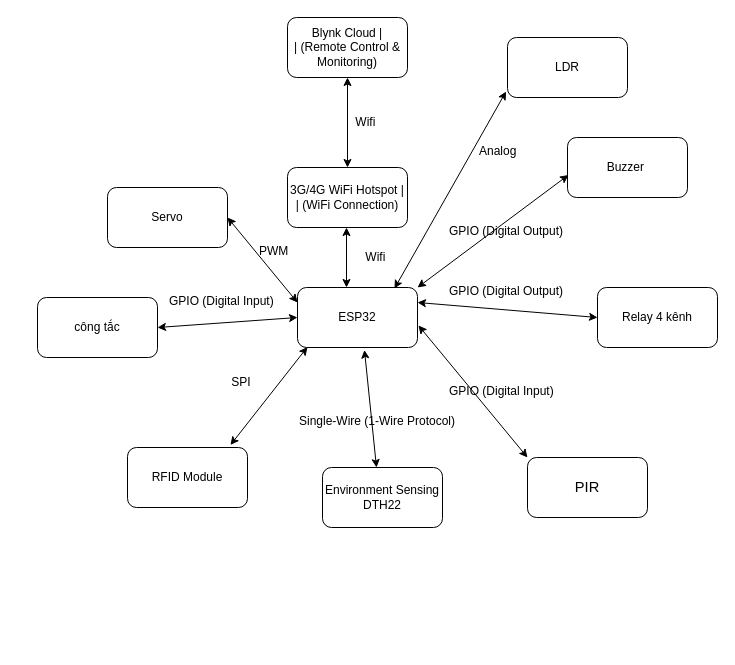
This is sodoKhoi.drawio from quyetcoder16/IOT_PROJECT, a draw.io file, before an edit. Source tidied: cells renumbered, new cells numbered last; positions are measured from the earlier drawing's top-left corner, leaving out a move shared by most shapes. Both pictures are drawn from the tidied source at 100%, with x=0, y=0 at pixel (37, 17).
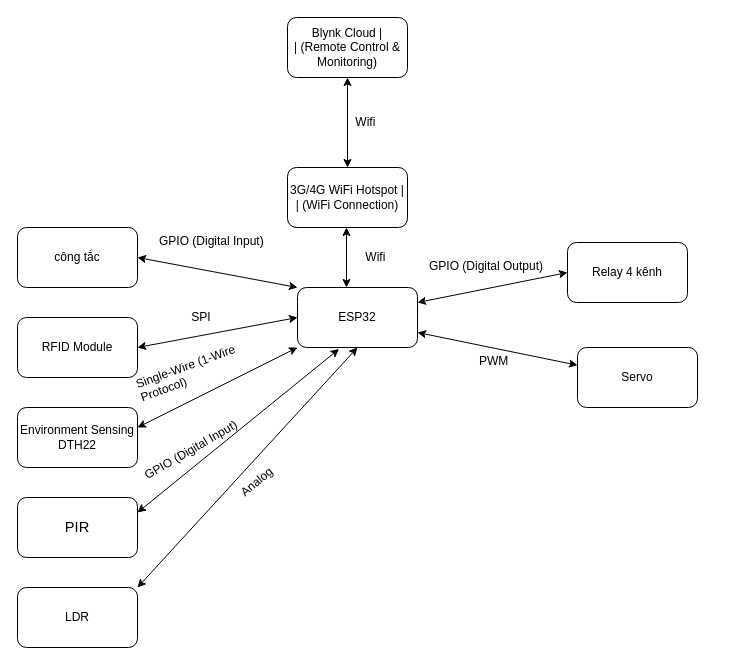
Above is the later version.

The change refers to these unchanged cells:
```xml
<mxCell id="2" value="ESP32" style="rounded=1;whiteSpace=wrap;html=1;" parent="1" vertex="1">
  <mxGeometry x="260" y="270" width="120" height="60" as="geometry" />
</mxCell>
```

What changed in the source:
```diff
@@
     <mxCell id="4" value="&lt;div&gt;RFID Module&lt;/div&gt;" style="rounded=1;whiteSpace=wrap;html=1;" parent="1" vertex="1">
-      <mxGeometry x="90" y="430" width="120" height="60" as="geometry" />
+      <mxGeometry x="-20" y="300" width="120" height="60" as="geometry" />
     </mxCell>
@@
     <mxCell id="6" value="&lt;div&gt;SPI&amp;nbsp;&lt;/div&gt;" style="text;html=1;align=center;verticalAlign=middle;strokeColor=none;fillColor=none;" parent="1" vertex="1">
-      <mxGeometry x="180" y="350" width="50" height="30" as="geometry" />
+      <mxGeometry x="140" y="285" width="50" height="30" as="geometry" />
     </mxCell>
@@
     <mxCell id="10" value="&lt;div&gt;Environment Sensing DTH22&lt;/div&gt;" style="rounded=1;whiteSpace=wrap;html=1;" parent="1" vertex="1">
-      <mxGeometry x="285" y="450" width="120" height="60" as="geometry" />
+      <mxGeometry x="-20" y="390" width="120" height="60" as="geometry" />
     </mxCell>
-    <mxCell id="11" style="endArrow=classic;startArrow=classic;html=1;exitX=0.45;exitY=0;exitDx=0;exitDy=0;exitPerimeter=0;entryX=0.558;entryY=1.042;entryDx=0;entryDy=0;entryPerimeter=0;" parent="1" edge="1" source="10" target="2">
-      <mxGeometry relative="1" as="geometry" />
+    <mxCell id="11" style="endArrow=classic;startArrow=classic;html=1;exitX=0.45;exitY=0;exitDx=0;exitDy=0;exitPerimeter=0;" parent="1" edge="1" target="2">
+      <mxGeometry relative="1" as="geometry">
+        <mxPoint x="100" y="410" as="sourcePoint" />
+      </mxGeometry>
     </mxCell>
     <mxCell id="12" value="&lt;span id=&quot;docs-internal-guid-bf08e1e7-7fff-56b9-9a18-f6ef462b0949&quot;&gt;&lt;span style=&quot;font-size: 11pt; font-family: Arial, sans-serif; color: rgb(0, 0, 0); background-color: transparent; font-variant-numeric: normal; font-variant-east-asian: normal; font-variant-alternates: normal; font-variant-position: normal; font-variant-emoji: normal; vertical-align: baseline; white-space-collapse: preserve;&quot;&gt;PIR&lt;/span&gt;&lt;/span&gt;" style="rounded=1;whiteSpace=wrap;html=1;" parent="1" vertex="1">
-      <mxGeometry x="490" y="440" width="120" height="60" as="geometry" />
+      <mxGeometry x="-20" y="480" width="120" height="60" as="geometry" />
     </mxCell>
-    <mxCell id="13" style="endArrow=classic;startArrow=classic;html=1;exitX=0;exitY=0;exitDx=0;exitDy=0;entryX=1.008;entryY=0.633;entryDx=0;entryDy=0;entryPerimeter=0;" parent="1" edge="1" source="12" target="2">
+    <mxCell id="13" style="endArrow=classic;startArrow=classic;html=1;exitX=1;exitY=0.25;exitDx=0;exitDy=0;entryX=0.346;entryY=1.025;entryDx=0;entryDy=0;entryPerimeter=0;" parent="1" edge="1" source="12" target="2">
       <mxGeometry relative="1" as="geometry" />
     </mxCell>
     <mxCell id="14" value="Relay 4 kênh" style="rounded=1;whiteSpace=wrap;html=1;" parent="1" vertex="1">
-      <mxGeometry x="560" y="270" width="120" height="60" as="geometry" />
+      <mxGeometry x="530" y="225" width="120" height="60" as="geometry" />
     </mxCell>
@@
     <mxCell id="16" value="Servo" style="rounded=1;whiteSpace=wrap;html=1;" parent="1" vertex="1">
-      <mxGeometry x="70" y="170" width="120" height="60" as="geometry" />
+      <mxGeometry x="540" y="330" width="120" height="60" as="geometry" />
     </mxCell>
     <mxCell id="17" value="công tắc" style="rounded=1;whiteSpace=wrap;html=1;" parent="1" vertex="1">
-      <mxGeometry y="280" width="120" height="60" as="geometry" />
+      <mxGeometry x="-20" y="210" width="120" height="60" as="geometry" />
     </mxCell>
-    <mxCell id="18" value="&lt;div&gt;Buzzer&amp;nbsp;&lt;/div&gt;" style="rounded=1;whiteSpace=wrap;html=1;" parent="1" vertex="1">
-      <mxGeometry x="530" y="120" width="120" height="60" as="geometry" />
-    </mxCell>
-    <mxCell id="19" style="endArrow=classic;startArrow=classic;html=1;exitX=1;exitY=0.5;exitDx=0;exitDy=0;entryX=0;entryY=0.25;entryDx=0;entryDy=0;" parent="1" edge="1" source="16" target="2">
+    <mxCell id="19" style="endArrow=classic;startArrow=classic;html=1;entryX=1;entryY=0.75;entryDx=0;entryDy=0;" parent="1" edge="1" source="16" target="2">
       <mxGeometry relative="1" as="geometry" />
     </mxCell>
     <mxCell id="20" value="&lt;div&gt;PWM&lt;/div&gt;" style="text;whiteSpace=wrap;html=1;" parent="1" vertex="1">
-      <mxGeometry x="220" y="220" width="60" height="40" as="geometry" />
+      <mxGeometry x="440" y="330" width="60" height="40" as="geometry" />
     </mxCell>
-    <mxCell id="21" style="endArrow=classic;startArrow=classic;html=1;exitX=1;exitY=0.5;exitDx=0;exitDy=0;entryX=0;entryY=0.5;entryDx=0;entryDy=0;" parent="1" edge="1" source="17" target="2">
+    <mxCell id="21" style="endArrow=classic;startArrow=classic;html=1;exitX=1;exitY=0.5;exitDx=0;exitDy=0;entryX=0;entryY=0;entryDx=0;entryDy=0;" parent="1" edge="1" source="17" target="2">
       <mxGeometry relative="1" as="geometry" />
     </mxCell>
     <mxCell id="22" value="&lt;div&gt;GPIO (Digital Input)&lt;/div&gt;" style="text;whiteSpace=wrap;html=1;" parent="1" vertex="1">
-      <mxGeometry x="130" y="270" width="140" height="40" as="geometry" />
+      <mxGeometry x="120" y="210" width="120" height="40" as="geometry" />
     </mxCell>
-    <mxCell id="23" style="endArrow=classic;startArrow=classic;html=1;entryX=0.008;entryY=0.625;entryDx=0;entryDy=0;entryPerimeter=0;exitX=1;exitY=0;exitDx=0;exitDy=0;" parent="1" edge="1" source="2" target="18">
-      <mxGeometry relative="1" as="geometry" />
-    </mxCell>
-    <mxCell id="24" value="&lt;div&gt;GPIO (Digital Output)&lt;/div&gt;" style="text;whiteSpace=wrap;html=1;" parent="1" vertex="1">
-      <mxGeometry x="410" y="200" width="150" height="40" as="geometry" />
-    </mxCell>
-    <mxCell id="25" value="&lt;div&gt;GPIO (Digital Output)&lt;/div&gt;" style="text;whiteSpace=wrap;html=1;" parent="1" vertex="1">
-      <mxGeometry x="410" y="260" width="150" height="40" as="geometry" />
+    <mxCell id="25" value="&lt;div&gt;GPIO (Digital Output)&lt;/div&gt;" style="text;whiteSpace=wrap;html=1;rotation=0;" parent="1" vertex="1">
+      <mxGeometry x="390" y="235" width="150" height="40" as="geometry" />
     </mxCell>
-    <mxCell id="26" value="&lt;div&gt;GPIO (Digital Input)&lt;/div&gt;" style="text;whiteSpace=wrap;html=1;" parent="1" vertex="1">
-      <mxGeometry x="410" y="360" width="140" height="40" as="geometry" />
+    <mxCell id="26" value="&lt;div&gt;GPIO (Digital Input)&lt;/div&gt;" style="text;whiteSpace=wrap;html=1;rotation=-30;" parent="1" vertex="1">
+      <mxGeometry x="100" y="410" width="140" height="40" as="geometry" />
     </mxCell>
-    <mxCell id="27" value="&lt;div&gt;Single-Wire (1-Wire Protocol)&lt;/div&gt;" style="text;whiteSpace=wrap;html=1;" parent="1" vertex="1">
-      <mxGeometry x="260" y="390" width="190" height="40" as="geometry" />
+    <mxCell id="27" value="&lt;div&gt;Single-Wire (1-Wire Protocol)&lt;/div&gt;" style="text;whiteSpace=wrap;html=1;rotation=-20;" parent="1" vertex="1">
+      <mxGeometry x="95" y="330" width="140" height="40" as="geometry" />
     </mxCell>
-    <mxCell id="28" style="endArrow=classic;startArrow=classic;html=1;exitX=0.858;exitY=-0.042;exitDx=0;exitDy=0;exitPerimeter=0;entryX=0.083;entryY=0.992;entryDx=0;entryDy=0;entryPerimeter=0;" parent="1" edge="1" source="4" target="2">
+    <mxCell id="28" style="endArrow=classic;startArrow=classic;html=1;exitX=1;exitY=0.5;exitDx=0;exitDy=0;entryX=0;entryY=0.5;entryDx=0;entryDy=0;" parent="1" edge="1" source="4" target="2">
       <mxGeometry relative="1" as="geometry" />
     </mxCell>
     <mxCell id="29" value="&lt;div&gt;LDR&lt;/div&gt;" style="rounded=1;whiteSpace=wrap;html=1;" parent="1" vertex="1">
-      <mxGeometry x="470" y="20" width="120" height="60" as="geometry" />
+      <mxGeometry x="-20" y="570" width="120" height="60" as="geometry" />
     </mxCell>
-    <mxCell id="30" style="endArrow=classic;startArrow=classic;html=1;exitX=-0.012;exitY=0.9;exitDx=0;exitDy=0;exitPerimeter=0;entryX=0.808;entryY=0.017;entryDx=0;entryDy=0;entryPerimeter=0;" parent="1" edge="1" source="29" target="2">
+    <mxCell id="30" style="endArrow=classic;startArrow=classic;html=1;exitX=1;exitY=0;exitDx=0;exitDy=0;entryX=0.5;entryY=1;entryDx=0;entryDy=0;" parent="1" edge="1" source="29" target="2">
       <mxGeometry relative="1" as="geometry" />
     </mxCell>
-    <mxCell id="31" value="&lt;div&gt;Analog&lt;/div&gt;" style="text;whiteSpace=wrap;html=1;" parent="1" vertex="1">
-      <mxGeometry x="440" y="120" width="70" height="40" as="geometry" />
+    <mxCell id="31" value="&lt;div&gt;Analog&lt;/div&gt;" style="text;whiteSpace=wrap;html=1;rotation=-40;" parent="1" vertex="1">
+      <mxGeometry x="200" y="440" width="70" height="40" as="geometry" />
     </mxCell>
```
